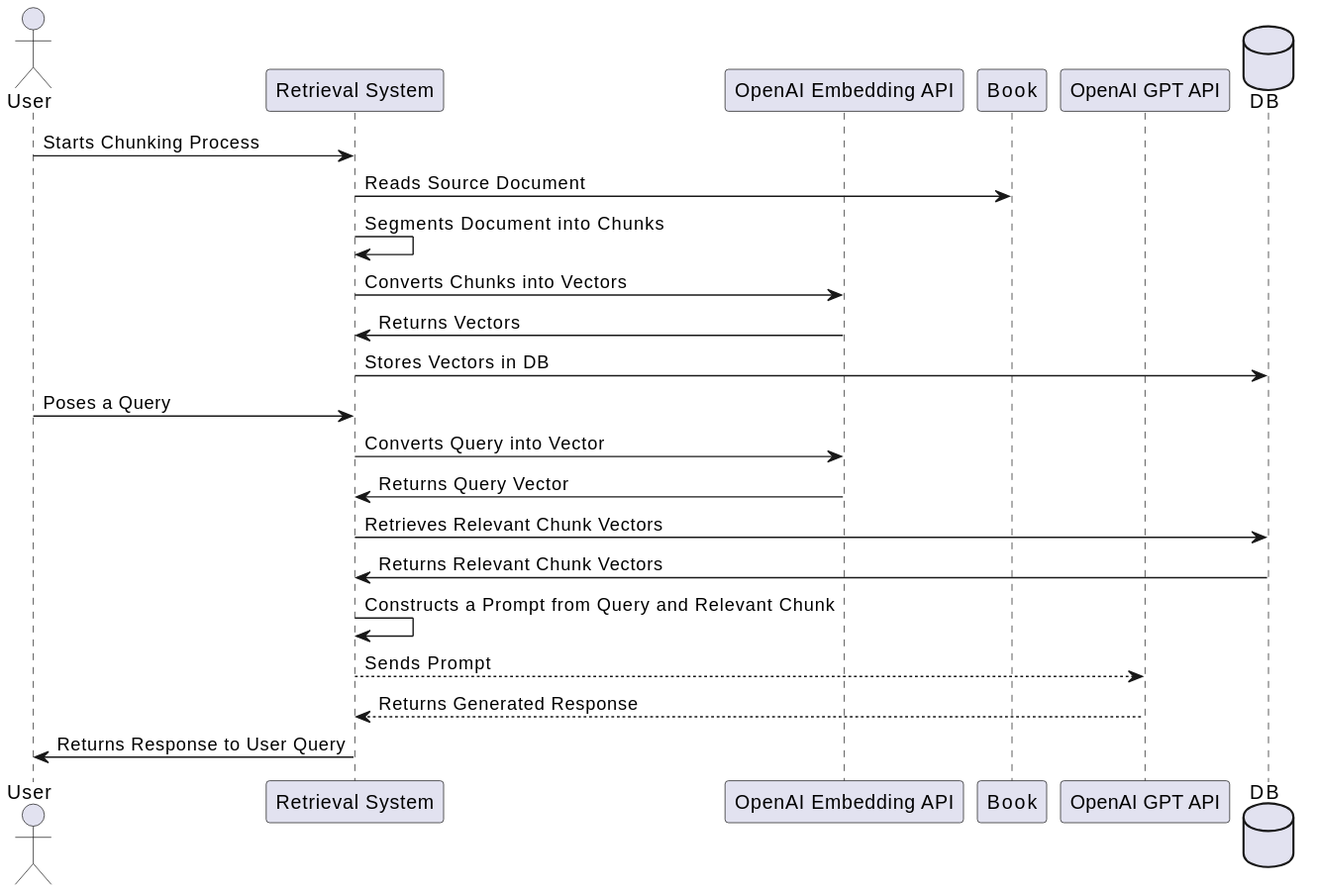
Earlier version of the PlantUML export content/assets/rag/sequence.svg (owulveryck/owulveryck.github.io). Its diagram source:
```plantuml
@startuml
actor User
participant "Retrieval System" as RS
participant "OpenAI Embedding API" as Embedding
participant "Book" as BK
participant "OpenAI GPT API" as GPT
database DB

User -> RS :Starts Chunking Process
RS -> BK :Reads Source Document
RS -> RS: Segments Document into Chunks
RS -> Embedding :Converts Chunks into Vectors
Embedding -> RS: Returns Vectors
RS -> DB : Stores Vectors in DB

User -> RS :Poses a Query
RS -> Embedding :Converts Query into Vector
Embedding -> RS: Returns Query Vector
RS -> DB :Retrieves Relevant Chunk Vectors
DB -> RS: Returns Relevant Chunk Vectors
RS -> RS: Constructs a Prompt from Query and Relevant Chunk
RS --> GPT : Sends Prompt
GPT --> RS: Returns Generated Response
RS -> User : Returns Response to User Query
@enduml
```
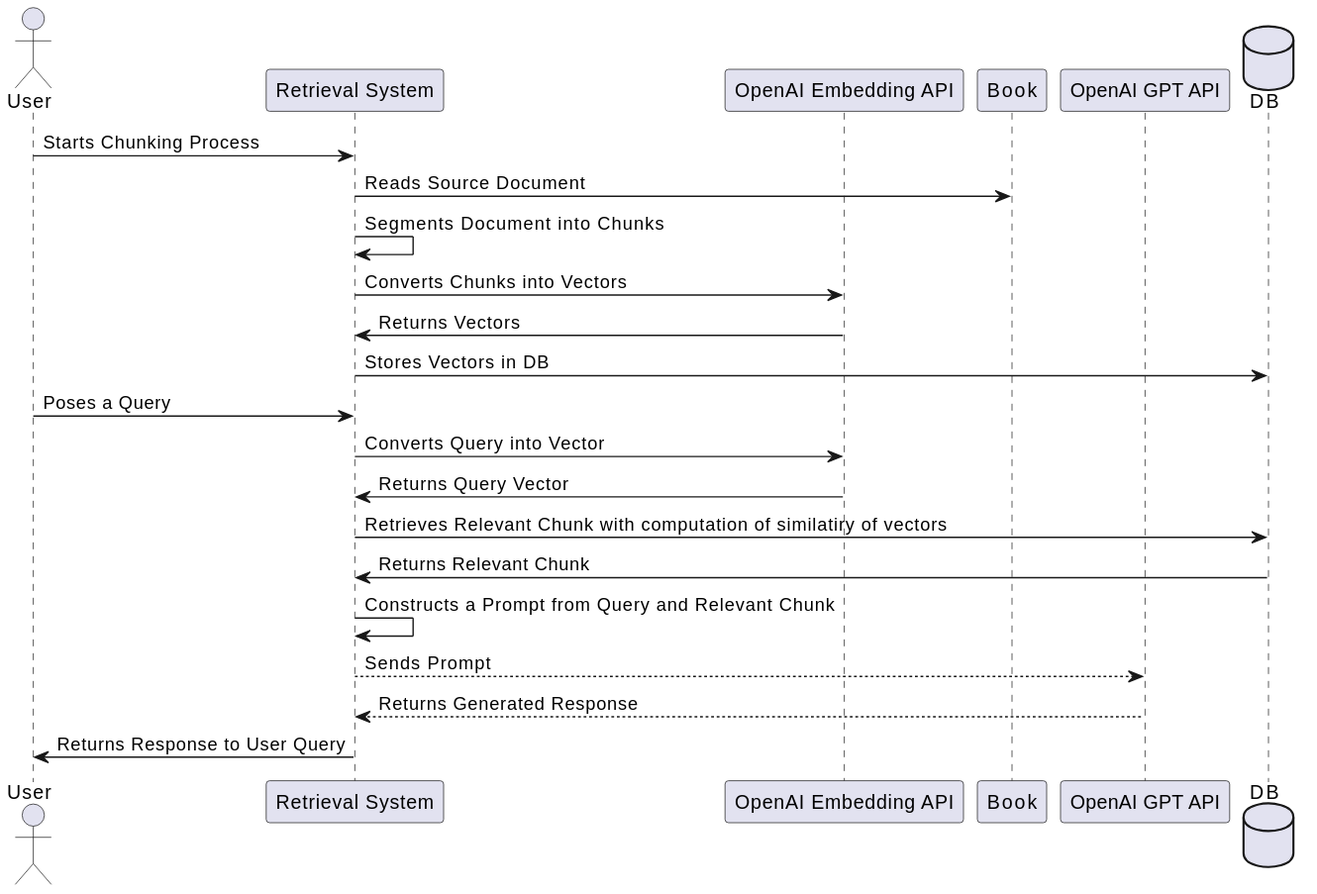
After the change.

Commit message:
fix the sequence diagram

What changed in the source:
```diff
@@ -16,8 +16,8 @@
 User -> RS :Poses a Query
 RS -> Embedding :Converts Query into Vector
 Embedding -> RS: Returns Query Vector
-RS -> DB :Retrieves Relevant Chunk Vectors
-DB -> RS: Returns Relevant Chunk Vectors
+RS -> DB :Retrieves Relevant Chunk with computation of similatiry of vectors
+DB -> RS: Returns Relevant Chunk
 RS -> RS: Constructs a Prompt from Query and Relevant Chunk
 RS --> GPT : Sends Prompt
 GPT --> RS: Returns Generated Response
```
